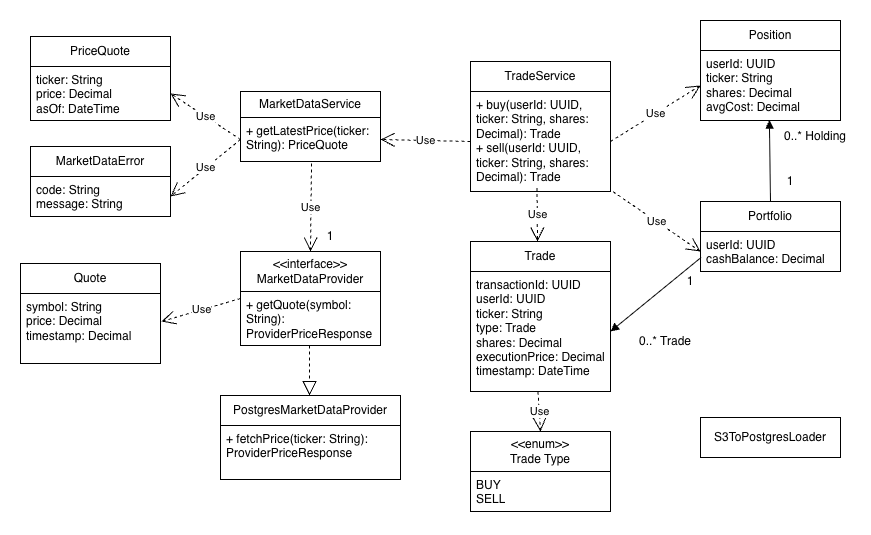
The draw.io diagram docs/design/it3_UML_diagram.png in jhu-oose-sp26/InvestEd, before a commit. Source tidied: cells renumbered, new cells last; positions are measured from the earlier drawing's top-left corner, leaving out a move shared by most shapes. The source it was exported from:
```xml
<mxGraphModel background="#FFFFFF">
  <root>
    <mxCell id="0" />
    <mxCell id="1" parent="0" />
    <mxCell id="2" value="MarketDataService" style="swimlane;fontStyle=0;horizontal=1;startSize=26;fillColor=none;whiteSpace=wrap;html=1;" parent="1" vertex="1">
      <mxGeometry x="220" y="71" width="140" height="70" as="geometry" />
    </mxCell>
    <mxCell id="3" value="+ getLatestPrice(ticker: String): PriceQuote" style="text;strokeColor=none;fillColor=none;align=left;verticalAlign=top;spacingLeft=4;spacingRight=4;overflow=hidden;points=[[0,0.5],[1,0.5]];portConstraint=eastwest;whiteSpace=wrap;html=1;" parent="2" vertex="1">
      <mxGeometry y="26" width="140" height="44" as="geometry" />
    </mxCell>
    <mxCell id="4" value="&lt;div&gt;&amp;lt;&amp;lt;interface&amp;gt;&amp;gt;&lt;/div&gt;&lt;div&gt;MarketDataProvider&lt;/div&gt;" style="swimlane;fontStyle=0;horizontal=1;startSize=40;fillColor=none;whiteSpace=wrap;html=1;" parent="1" vertex="1">
      <mxGeometry x="220" y="231" width="140" height="94" as="geometry" />
    </mxCell>
    <mxCell id="5" value="&lt;div&gt;+ getQuote(symbol: String): ProviderPriceResponse&lt;/div&gt;" style="text;strokeColor=none;fillColor=none;align=left;verticalAlign=top;spacingLeft=4;spacingRight=4;overflow=hidden;points=[[0,0.5],[1,0.5]];portConstraint=eastwest;whiteSpace=wrap;html=1;" parent="4" vertex="1">
      <mxGeometry y="40" width="140" height="54" as="geometry" />
    </mxCell>
    <mxCell id="6" value="PostgresMarketDataProvider" style="swimlane;fontStyle=0;horizontal=1;startSize=30;fillColor=none;whiteSpace=wrap;html=1;" parent="1" vertex="1">
      <mxGeometry x="200" y="375" width="180" height="84" as="geometry" />
    </mxCell>
    <mxCell id="7" value="&lt;div&gt;+ fetchPrice(ticker: String): ProviderPriceResponse&lt;/div&gt;" style="text;strokeColor=none;fillColor=none;align=left;verticalAlign=top;spacingLeft=4;spacingRight=4;overflow=hidden;whiteSpace=wrap;html=1;" parent="6" vertex="1">
      <mxGeometry y="30" width="180" height="54" as="geometry" />
    </mxCell>
    <mxCell id="8" value="PriceQuote" style="swimlane;fontStyle=0;horizontal=1;startSize=30;fillColor=none;whiteSpace=wrap;html=1;" parent="1" vertex="1">
      <mxGeometry x="10" y="16" width="140" height="84" as="geometry" />
    </mxCell>
    <mxCell id="9" value="&lt;div&gt;ticker: String&lt;/div&gt;&lt;div&gt;price: Decimal&lt;/div&gt;&lt;div&gt;asOf: DateTime&lt;/div&gt;" style="text;strokeColor=none;fillColor=none;align=left;verticalAlign=top;spacingLeft=4;spacingRight=4;overflow=hidden;points=[[0,0.5],[1,0.5]];portConstraint=eastwest;whiteSpace=wrap;html=1;" parent="8" vertex="1">
      <mxGeometry y="30" width="140" height="54" as="geometry" />
    </mxCell>
    <mxCell id="10" value="MarketDataError" style="swimlane;fontStyle=0;horizontal=1;startSize=30;fillColor=none;whiteSpace=wrap;html=1;" parent="1" vertex="1">
      <mxGeometry x="10" y="126" width="140" height="70" as="geometry" />
    </mxCell>
    <mxCell id="11" value="&lt;div&gt;code: String&lt;/div&gt;&lt;div&gt;message: String&lt;/div&gt;" style="text;strokeColor=none;fillColor=none;align=left;verticalAlign=top;spacingLeft=4;spacingRight=4;overflow=hidden;points=[[0,0.5],[1,0.5]];portConstraint=eastwest;whiteSpace=wrap;html=1;" parent="10" vertex="1">
      <mxGeometry y="30" width="140" height="40" as="geometry" />
    </mxCell>
    <mxCell id="12" value="TradeService" style="swimlane;fontStyle=0;horizontal=1;startSize=30;fillColor=none;whiteSpace=wrap;html=1;" parent="1" vertex="1">
      <mxGeometry x="450" y="41" width="140" height="130" as="geometry" />
    </mxCell>
    <mxCell id="13" value="&lt;div&gt;+ buy(userId: UUID, ticker: String, shares: Decimal): Trade&lt;/div&gt;&lt;div&gt;+ sell(userId: UUID, ticker: String, shares: Decimal): Trade&lt;/div&gt;" style="text;strokeColor=none;fillColor=none;align=left;verticalAlign=top;spacingLeft=4;spacingRight=4;overflow=hidden;points=[[0,0.5],[1,0.5]];portConstraint=eastwest;whiteSpace=wrap;html=1;" parent="12" vertex="1">
      <mxGeometry y="30" width="140" height="100" as="geometry" />
    </mxCell>
    <mxCell id="14" value="Portfolio" style="swimlane;fontStyle=0;horizontal=1;startSize=30;fillColor=none;whiteSpace=wrap;html=1;" parent="1" vertex="1">
      <mxGeometry x="680" y="181" width="140" height="70" as="geometry" />
    </mxCell>
    <mxCell id="15" value="&lt;div&gt;userId: UUID&lt;/div&gt;&lt;div&gt;cashBalance: Decimal&lt;/div&gt;" style="text;strokeColor=none;fillColor=none;align=left;verticalAlign=top;spacingLeft=4;spacingRight=4;overflow=hidden;points=[[0,0.5],[1,0.5]];portConstraint=eastwest;whiteSpace=wrap;html=1;" parent="14" vertex="1">
      <mxGeometry y="30" width="140" height="40" as="geometry" />
    </mxCell>
    <mxCell id="16" value="Position" style="swimlane;fontStyle=0;horizontal=1;startSize=30;fillColor=none;whiteSpace=wrap;html=1;" parent="1" vertex="1">
      <mxGeometry x="680" width="140" height="100" as="geometry" />
    </mxCell>
    <mxCell id="17" value="&lt;div&gt;userId: UUID&lt;/div&gt;&lt;div&gt;ticker: String&lt;/div&gt;&lt;div&gt;shares: Decimal&lt;/div&gt;&lt;div&gt;avgCost: Decimal&lt;/div&gt;&lt;div&gt;&lt;br&gt;&lt;/div&gt;" style="text;strokeColor=none;fillColor=none;align=left;verticalAlign=top;spacingLeft=4;spacingRight=4;overflow=hidden;points=[[0,0.5],[1,0.5]];portConstraint=eastwest;whiteSpace=wrap;html=1;" parent="16" vertex="1">
      <mxGeometry y="30" width="140" height="70" as="geometry" />
    </mxCell>
    <mxCell id="18" value="Trade" style="swimlane;fontStyle=0;horizontal=1;startSize=30;fillColor=none;whiteSpace=wrap;html=1;" parent="1" vertex="1">
      <mxGeometry x="450" y="221" width="140" height="150" as="geometry" />
    </mxCell>
    <mxCell id="19" value="&lt;div&gt;&lt;div&gt;transactionId: UUID&lt;/div&gt;&lt;div&gt;userId: UUID&lt;/div&gt;&lt;div&gt;ticker: String&lt;/div&gt;&lt;div&gt;type: Trade&lt;/div&gt;&lt;div&gt;shares: Decimal&lt;/div&gt;&lt;div&gt;executionPrice: Decimal&lt;/div&gt;&lt;div&gt;timestamp: DateTime&lt;/div&gt;&lt;/div&gt;" style="text;strokeColor=none;fillColor=none;align=left;verticalAlign=top;spacingLeft=4;spacingRight=4;overflow=hidden;points=[[0,0.5],[1,0.5]];portConstraint=eastwest;whiteSpace=wrap;html=1;" parent="18" vertex="1">
      <mxGeometry y="30" width="140" height="120" as="geometry" />
    </mxCell>
    <mxCell id="20" value="&lt;div&gt;&amp;lt;&amp;lt;enum&amp;gt;&amp;gt;&lt;/div&gt;&lt;div&gt;Trade Type&lt;/div&gt;" style="swimlane;fontStyle=0;horizontal=1;startSize=40;fillColor=none;whiteSpace=wrap;html=1;" parent="1" vertex="1">
      <mxGeometry x="450" y="411" width="140" height="80" as="geometry" />
    </mxCell>
    <mxCell id="21" value="&lt;div&gt;BUY&lt;/div&gt;&lt;div&gt;SELL&lt;/div&gt;" style="text;strokeColor=none;fillColor=none;align=left;verticalAlign=top;spacingLeft=4;spacingRight=4;overflow=hidden;whiteSpace=wrap;html=1;" parent="20" vertex="1">
      <mxGeometry y="40" width="140" height="40" as="geometry" />
    </mxCell>
    <mxCell id="22" value="1" style="text;html=1;whiteSpace=wrap;strokeColor=none;fillColor=none;align=center;verticalAlign=middle;rounded=0;" parent="1" vertex="1">
      <mxGeometry x="280" y="201" width="60" height="30" as="geometry" />
    </mxCell>
    <mxCell id="23" style="endArrow=block;dashed=1;endFill=0;endSize=12;html=1;rounded=0;exitX=0.493;exitY=1;exitDx=0;exitDy=0;exitPerimeter=0;" parent="1" edge="1" source="5">
      <mxGeometry relative="1" as="geometry">
        <mxPoint x="289" y="375" as="targetPoint" />
      </mxGeometry>
    </mxCell>
    <mxCell id="24" value="Use" style="endArrow=open;endSize=12;dashed=1;html=1;rounded=0;exitX=0;exitY=0.5;exitDx=0;exitDy=0;entryX=1;entryY=0.5;entryDx=0;entryDy=0;" parent="1" edge="1" source="3" target="9">
      <mxGeometry relative="1" as="geometry" />
    </mxCell>
    <mxCell id="25" value="Use" style="endArrow=open;endSize=12;dashed=1;html=1;rounded=0;exitX=0;exitY=0.5;exitDx=0;exitDy=0;entryX=1;entryY=0.5;entryDx=0;entryDy=0;" parent="1" edge="1" source="13" target="3">
      <mxGeometry relative="1" as="geometry" />
    </mxCell>
    <mxCell id="26" value="Use" style="endArrow=open;endSize=12;dashed=1;html=1;rounded=0;exitX=0;exitY=0.5;exitDx=0;exitDy=0;entryX=1;entryY=0.5;entryDx=0;entryDy=0;" parent="1" edge="1" source="3" target="11">
      <mxGeometry relative="1" as="geometry" />
    </mxCell>
    <mxCell id="27" value="Use" style="endArrow=open;endSize=12;dashed=1;html=1;rounded=0;exitX=0.475;exitY=0.965;exitDx=0;exitDy=0;exitPerimeter=0;" parent="1" edge="1" source="13">
      <mxGeometry relative="1" as="geometry">
        <mxPoint x="517" y="221" as="targetPoint" />
      </mxGeometry>
    </mxCell>
    <mxCell id="28" value="Use" style="endArrow=open;endSize=12;dashed=1;html=1;rounded=0;entryX=0;entryY=0.5;entryDx=0;entryDy=0;exitX=1.018;exitY=1.002;exitDx=0;exitDy=0;exitPerimeter=0;" parent="1" edge="1" source="13" target="15">
      <mxGeometry relative="1" as="geometry" />
    </mxCell>
    <mxCell id="29" value="Use" style="endArrow=open;endSize=12;dashed=1;html=1;rounded=0;exitX=1;exitY=0.5;exitDx=0;exitDy=0;entryX=0;entryY=0.5;entryDx=0;entryDy=0;" parent="1" edge="1" source="13" target="17">
      <mxGeometry relative="1" as="geometry" />
    </mxCell>
    <mxCell id="30" style="endArrow=none;startArrow=block;endFill=0;startFill=1;html=1;rounded=0;entryX=0.5;entryY=0;entryDx=0;entryDy=0;exitX=0.492;exitY=0.995;exitDx=0;exitDy=0;exitPerimeter=0;" parent="1" edge="1" source="17" target="14">
      <mxGeometry relative="1" as="geometry" />
    </mxCell>
    <mxCell id="31" value="1" style="text;html=1;whiteSpace=wrap;strokeColor=none;fillColor=none;align=center;verticalAlign=middle;rounded=0;" parent="1" vertex="1">
      <mxGeometry x="740" y="151" width="60" height="20" as="geometry" />
    </mxCell>
    <mxCell id="32" value="0..* Holding" style="text;html=1;whiteSpace=wrap;strokeColor=none;fillColor=none;align=center;verticalAlign=middle;rounded=0;" parent="1" vertex="1">
      <mxGeometry x="760" y="106" width="70" height="20" as="geometry" />
    </mxCell>
    <mxCell id="33" style="endArrow=block;startArrow=none;endFill=1;startFill=0;html=1;rounded=0;entryX=1;entryY=0.5;entryDx=0;entryDy=0;exitX=0.004;exitY=0.65;exitDx=0;exitDy=0;exitPerimeter=0;" parent="1" edge="1" source="15" target="19">
      <mxGeometry relative="1" as="geometry" />
    </mxCell>
    <mxCell id="34" value="1" style="text;html=1;whiteSpace=wrap;strokeColor=none;fillColor=none;align=center;verticalAlign=middle;rounded=0;" parent="1" vertex="1">
      <mxGeometry x="640" y="251" width="60" height="20" as="geometry" />
    </mxCell>
    <mxCell id="35" value="0..* Trade" style="text;html=1;whiteSpace=wrap;strokeColor=none;fillColor=none;align=center;verticalAlign=middle;rounded=0;" parent="1" vertex="1">
      <mxGeometry x="600" y="311" width="90" height="20" as="geometry" />
    </mxCell>
    <mxCell id="36" value="Use" style="endArrow=open;endSize=12;dashed=1;html=1;rounded=0;entryX=0.5;entryY=0;entryDx=0;entryDy=0;exitX=0.507;exitY=1.043;exitDx=0;exitDy=0;exitPerimeter=0;" parent="1" edge="1" source="3" target="4">
      <mxGeometry relative="1" as="geometry" />
    </mxCell>
    <mxCell id="37" value="Use" style="endArrow=open;endSize=12;dashed=1;html=1;rounded=0;entryX=0.5;entryY=0;entryDx=0;entryDy=0;exitX=0.482;exitY=1.003;exitDx=0;exitDy=0;exitPerimeter=0;" parent="1" edge="1" source="19" target="20">
      <mxGeometry x="0.02" relative="1" as="geometry" />
    </mxCell>
    <mxCell id="38" value="Quote" style="swimlane;fontStyle=0;horizontal=1;startSize=30;fillColor=none;whiteSpace=wrap;html=1;" parent="1" vertex="1">
      <mxGeometry y="243" width="140" height="100" as="geometry" />
    </mxCell>
    <mxCell id="39" value="&lt;span style=&quot;background-color: transparent; color: light-dark(rgb(0, 0, 0), rgb(255, 255, 255));&quot;&gt;symbol: String&lt;/span&gt;&lt;div&gt;price: Decimal&lt;/div&gt;&lt;div&gt;timestamp: Decimal&lt;/div&gt;" style="text;strokeColor=none;fillColor=none;align=left;verticalAlign=top;spacingLeft=4;spacingRight=4;overflow=hidden;points=[[0,0.5],[1,0.5]];portConstraint=eastwest;whiteSpace=wrap;html=1;" parent="38" vertex="1">
      <mxGeometry y="30" width="140" height="70" as="geometry" />
    </mxCell>
    <mxCell id="40" value="Use" style="endArrow=open;endSize=12;dashed=1;html=1;rounded=0;exitX=0;exitY=0.5;exitDx=0;exitDy=0;entryX=1.007;entryY=0.4;entryDx=0;entryDy=0;entryPerimeter=0;" parent="1" edge="1" source="4" target="39">
      <mxGeometry relative="1" as="geometry" />
    </mxCell>
    <mxCell id="41" value="S3ToPostgresLoader" style="html=1;whiteSpace=wrap;" parent="1" vertex="1">
      <mxGeometry x="680" y="397" width="140" height="40" as="geometry" />
    </mxCell>
  </root>
</mxGraphModel>
```
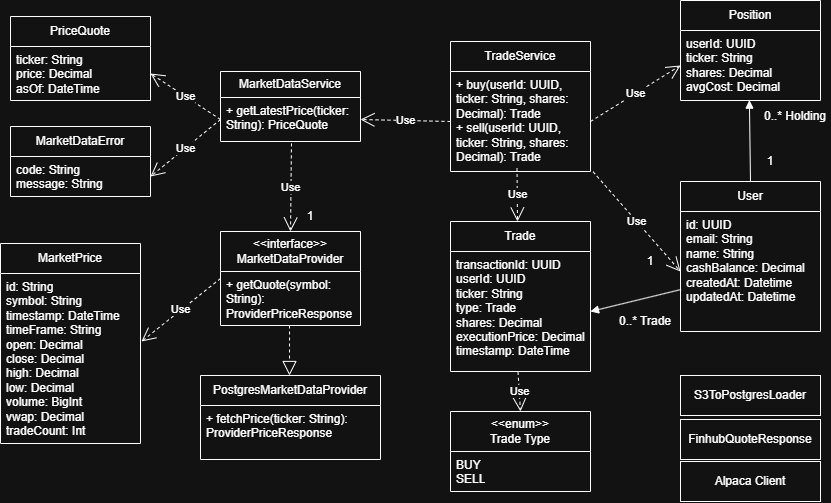
Later version of the same file.

Commit message:
Updated UML diagram

Change to the diagram source:
```diff
@@ -38,11 +38,11 @@
     <mxCell id="13" value="&lt;div&gt;+ buy(userId: UUID, ticker: String, shares: Decimal): Trade&lt;/div&gt;&lt;div&gt;+ sell(userId: UUID, ticker: String, shares: Decimal): Trade&lt;/div&gt;" style="text;strokeColor=none;fillColor=none;align=left;verticalAlign=top;spacingLeft=4;spacingRight=4;overflow=hidden;points=[[0,0.5],[1,0.5]];portConstraint=eastwest;whiteSpace=wrap;html=1;" parent="12" vertex="1">
       <mxGeometry y="30" width="140" height="100" as="geometry" />
     </mxCell>
-    <mxCell id="14" value="Portfolio" style="swimlane;fontStyle=0;horizontal=1;startSize=30;fillColor=none;whiteSpace=wrap;html=1;" parent="1" vertex="1">
-      <mxGeometry x="680" y="181" width="140" height="70" as="geometry" />
+    <mxCell id="14" value="User" style="swimlane;fontStyle=0;horizontal=1;startSize=30;fillColor=none;whiteSpace=wrap;html=1;" parent="1" vertex="1">
+      <mxGeometry x="680" y="181" width="140" height="150" as="geometry" />
     </mxCell>
-    <mxCell id="15" value="&lt;div&gt;userId: UUID&lt;/div&gt;&lt;div&gt;cashBalance: Decimal&lt;/div&gt;" style="text;strokeColor=none;fillColor=none;align=left;verticalAlign=top;spacingLeft=4;spacingRight=4;overflow=hidden;points=[[0,0.5],[1,0.5]];portConstraint=eastwest;whiteSpace=wrap;html=1;" parent="14" vertex="1">
-      <mxGeometry y="30" width="140" height="40" as="geometry" />
+    <mxCell id="15" value="&lt;div&gt;id: UUID&lt;/div&gt;&lt;div&gt;email: String&lt;/div&gt;&lt;div&gt;name: String&lt;/div&gt;&lt;div&gt;cashBalance: Decimal&lt;/div&gt;&lt;div&gt;createdAt: Datetime&lt;/div&gt;&lt;div&gt;updatedAt: Datetime&lt;/div&gt;" style="text;strokeColor=none;fillColor=none;align=left;verticalAlign=top;spacingLeft=4;spacingRight=4;overflow=hidden;points=[[0,0.5],[1,0.5]];portConstraint=eastwest;whiteSpace=wrap;html=1;" parent="14" vertex="1">
+      <mxGeometry y="30" width="140" height="120" as="geometry" />
     </mxCell>
     <mxCell id="16" value="Position" style="swimlane;fontStyle=0;horizontal=1;startSize=30;fillColor=none;whiteSpace=wrap;html=1;" parent="1" vertex="1">
       <mxGeometry x="680" width="140" height="100" as="geometry" />
@@ -103,7 +103,7 @@
       <mxGeometry relative="1" as="geometry" />
     </mxCell>
     <mxCell id="34" value="1" style="text;html=1;whiteSpace=wrap;strokeColor=none;fillColor=none;align=center;verticalAlign=middle;rounded=0;" parent="1" vertex="1">
-      <mxGeometry x="640" y="251" width="60" height="20" as="geometry" />
+      <mxGeometry x="620" y="251" width="60" height="20" as="geometry" />
     </mxCell>
     <mxCell id="35" value="0..* Trade" style="text;html=1;whiteSpace=wrap;strokeColor=none;fillColor=none;align=center;verticalAlign=middle;rounded=0;" parent="1" vertex="1">
       <mxGeometry x="600" y="311" width="90" height="20" as="geometry" />
@@ -114,17 +114,23 @@
     <mxCell id="37" value="Use" style="endArrow=open;endSize=12;dashed=1;html=1;rounded=0;entryX=0.5;entryY=0;entryDx=0;entryDy=0;exitX=0.482;exitY=1.003;exitDx=0;exitDy=0;exitPerimeter=0;" parent="1" edge="1" source="19" target="20">
       <mxGeometry x="0.02" relative="1" as="geometry" />
     </mxCell>
-    <mxCell id="38" value="Quote" style="swimlane;fontStyle=0;horizontal=1;startSize=30;fillColor=none;whiteSpace=wrap;html=1;" parent="1" vertex="1">
-      <mxGeometry y="243" width="140" height="100" as="geometry" />
+    <mxCell id="38" value="MarketPrice" style="swimlane;fontStyle=0;horizontal=1;startSize=30;fillColor=none;whiteSpace=wrap;html=1;" parent="1" vertex="1">
+      <mxGeometry y="243" width="140" height="200" as="geometry" />
     </mxCell>
-    <mxCell id="39" value="&lt;span style=&quot;background-color: transparent; color: light-dark(rgb(0, 0, 0), rgb(255, 255, 255));&quot;&gt;symbol: String&lt;/span&gt;&lt;div&gt;price: Decimal&lt;/div&gt;&lt;div&gt;timestamp: Decimal&lt;/div&gt;" style="text;strokeColor=none;fillColor=none;align=left;verticalAlign=top;spacingLeft=4;spacingRight=4;overflow=hidden;points=[[0,0.5],[1,0.5]];portConstraint=eastwest;whiteSpace=wrap;html=1;" parent="38" vertex="1">
-      <mxGeometry y="30" width="140" height="70" as="geometry" />
+    <mxCell id="39" value="&lt;div&gt;&lt;span style=&quot;background-color: transparent; color: light-dark(rgb(0, 0, 0), rgb(255, 255, 255));&quot;&gt;id: String&lt;/span&gt;&lt;/div&gt;&lt;span style=&quot;background-color: transparent; color: light-dark(rgb(0, 0, 0), rgb(255, 255, 255));&quot;&gt;symbol: String&lt;/span&gt;&lt;div&gt;timestamp: DateTime&lt;/div&gt;&lt;div&gt;timeFrame: String&lt;/div&gt;&lt;div&gt;open: Decimal&lt;/div&gt;&lt;div&gt;close: Decimal&lt;/div&gt;&lt;div&gt;high: Decimal&lt;/div&gt;&lt;div&gt;low: Decimal&lt;/div&gt;&lt;div&gt;volume: BigInt&lt;/div&gt;&lt;div&gt;vwap: Decimal&lt;/div&gt;&lt;div&gt;tradeCount: Int&lt;/div&gt;&lt;div&gt;&lt;br&gt;&lt;/div&gt;" style="text;strokeColor=none;fillColor=none;align=left;verticalAlign=top;spacingLeft=4;spacingRight=4;overflow=hidden;points=[[0,0.5],[1,0.5]];portConstraint=eastwest;whiteSpace=wrap;html=1;" parent="38" vertex="1">
+      <mxGeometry y="30" width="140" height="170" as="geometry" />
     </mxCell>
     <mxCell id="40" value="Use" style="endArrow=open;endSize=12;dashed=1;html=1;rounded=0;exitX=0;exitY=0.5;exitDx=0;exitDy=0;entryX=1.007;entryY=0.4;entryDx=0;entryDy=0;entryPerimeter=0;" parent="1" edge="1" source="4" target="39">
       <mxGeometry relative="1" as="geometry" />
     </mxCell>
     <mxCell id="41" value="S3ToPostgresLoader" style="html=1;whiteSpace=wrap;" parent="1" vertex="1">
-      <mxGeometry x="680" y="397" width="140" height="40" as="geometry" />
+      <mxGeometry x="680" y="375" width="140" height="40" as="geometry" />
     </mxCell>
+    <mxCell id="42" value="FinhubQuoteResponse" style="html=1;whiteSpace=wrap;" parent="1" vertex="1">
+      <mxGeometry x="680" y="419" width="140" height="40" as="geometry" />
+    </mxCell>
+    <mxCell id="43" value="Alpaca Client" style="html=1;whiteSpace=wrap;" parent="1" vertex="1">
+      <mxGeometry x="680" y="461" width="140" height="40" as="geometry" />
+    </mxCell>
   </root>
 </mxGraphModel>
```
